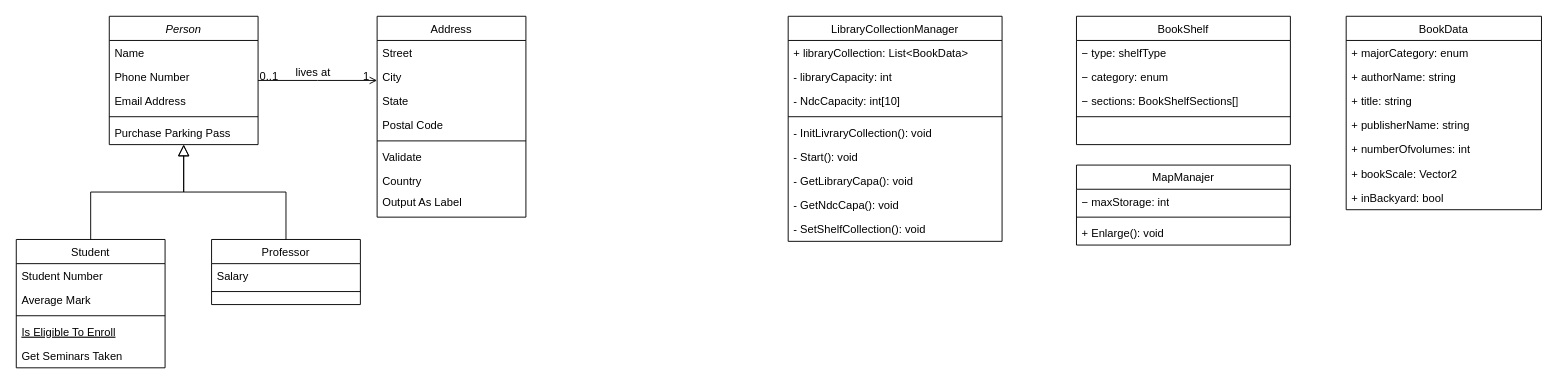
Above: クラス図.drawio in semisuzume/classdiagram (draw.io), before the change. Source tidied: cells renumbered, new cells numbered last; positions are measured from the earlier drawing's top-left corner, leaving out a move shared by most shapes. Both pictures are drawn from the tidied source at 93%, with x=0, y=0 at pixel (16, 16).
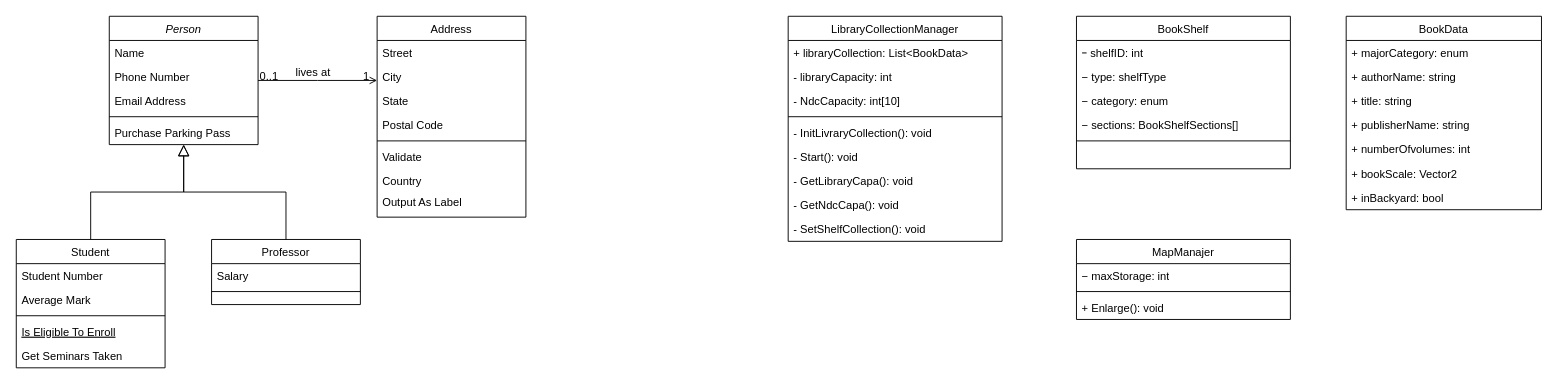
After the change.

Commit message:
クラス図.drawio を更新します

The edit, as a diff of the source:
```diff
@@
     <mxCell id="50" value="BookShelf" style="swimlane;fontStyle=0;align=center;verticalAlign=top;horizontal=1;startSize=26;whiteSpace=wrap;html=1;" parent="1" vertex="1">
-      <mxGeometry x="1140" width="230" height="138" as="geometry" />
+      <mxGeometry x="1140" width="230" height="164" as="geometry" />
     </mxCell>
+    <mxCell id="60" value="ｰ shelfID: int" style="text;strokeColor=none;fillColor=none;align=left;verticalAlign=top;spacingLeft=4;spacingRight=4;overflow=hidden;whiteSpace=wrap;html=1;" parent="50" vertex="1">
+      <mxGeometry y="26" width="230" height="26" as="geometry" />
+    </mxCell>
     <mxCell id="51" value="− type: shelfType" style="text;strokeColor=none;fillColor=none;align=left;verticalAlign=top;spacingLeft=4;spacingRight=4;overflow=hidden;whiteSpace=wrap;html=1;" parent="50" vertex="1">
-      <mxGeometry y="26" width="230" height="26" as="geometry" />
+      <mxGeometry y="52" width="230" height="26" as="geometry" />
     </mxCell>
     <mxCell id="52" value="− category: enum" style="text;strokeColor=none;fillColor=none;align=left;verticalAlign=top;spacingLeft=4;spacingRight=4;overflow=hidden;whiteSpace=wrap;html=1;" parent="50" vertex="1">
-      <mxGeometry y="52" width="230" height="26" as="geometry" />
+      <mxGeometry y="78" width="230" height="26" as="geometry" />
     </mxCell>
     <mxCell id="53" value="− sections: BookShelfSections[]" style="text;strokeColor=none;fillColor=none;align=left;verticalAlign=top;spacingLeft=4;spacingRight=4;overflow=hidden;whiteSpace=wrap;html=1;" parent="50" vertex="1">
-      <mxGeometry y="78" width="230" height="26" as="geometry" />
+      <mxGeometry y="104" width="230" height="26" as="geometry" />
     </mxCell>
     <mxCell id="54" style="line;strokeWidth=1;fillColor=none;align=left;verticalAlign=middle;spacingTop=-1;spacingLeft=3;spacingRight=3;labelPosition=right;strokeColor=inherit;" parent="50" vertex="1">
-      <mxGeometry y="104" width="230" height="8" as="geometry" />
+      <mxGeometry y="130" width="230" height="8" as="geometry" />
     </mxCell>
     <mxCell id="55" style="text;strokeColor=none;fillColor=none;align=left;verticalAlign=top;spacingLeft=4;spacingRight=4;overflow=hidden;whiteSpace=wrap;html=1;" parent="50" vertex="1">
-      <mxGeometry y="112" width="230" height="26" as="geometry" />
+      <mxGeometry y="138" width="230" height="26" as="geometry" />
     </mxCell>
     <mxCell id="56" value="MapManajer" style="swimlane;fontStyle=0;align=center;verticalAlign=top;horizontal=1;startSize=26;whiteSpace=wrap;html=1;" parent="1" vertex="1">
-      <mxGeometry x="1140" y="160" width="230" height="86" as="geometry" />
+      <mxGeometry x="1140" y="240" width="230" height="86" as="geometry" />
     </mxCell>
```
